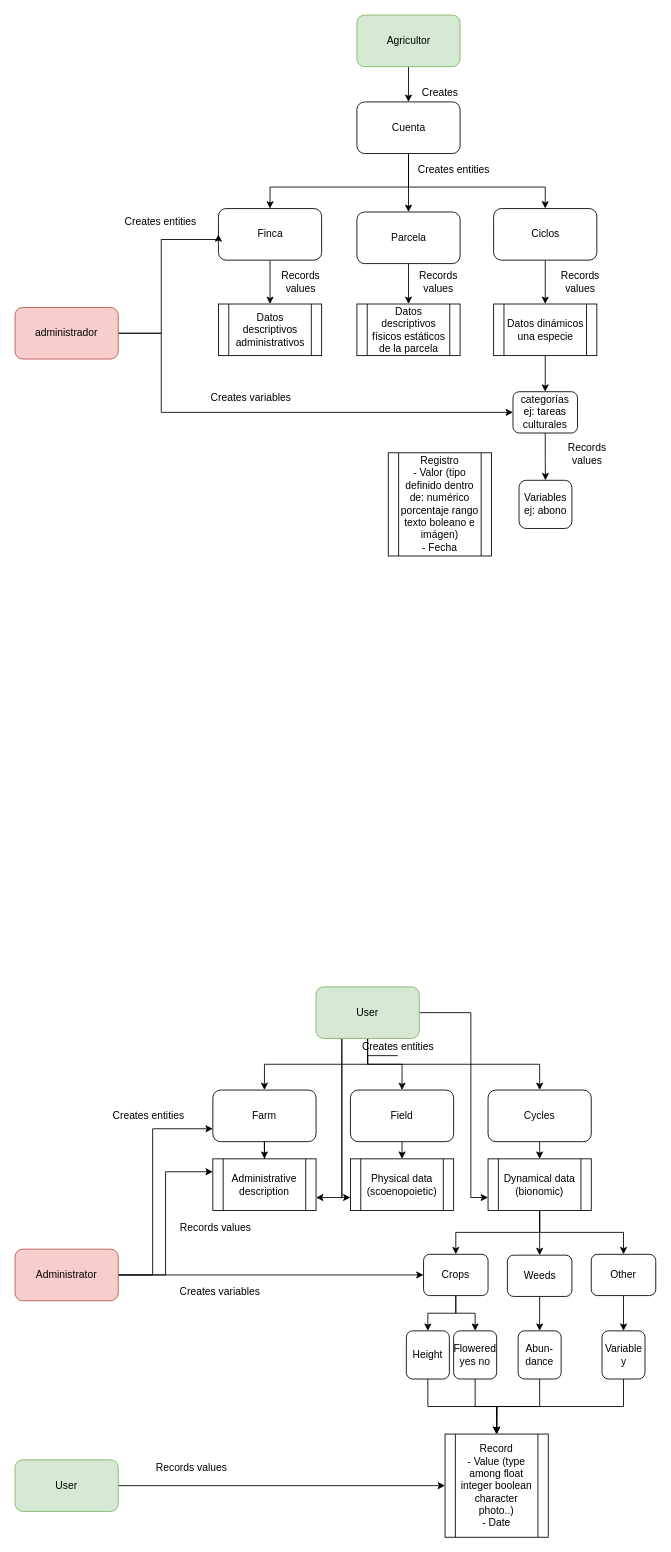
Before: app.agromaker.drawio in stdupas/app.agromaker, a draw.io diagram. Source tidied: cells renumbered, new cells numbered last; positions are measured from the earlier drawing's top-left corner, leaving out a move shared by most shapes. Both pictures are drawn from the tidied source at 86%, with x=0, y=0 at pixel (15, 15).
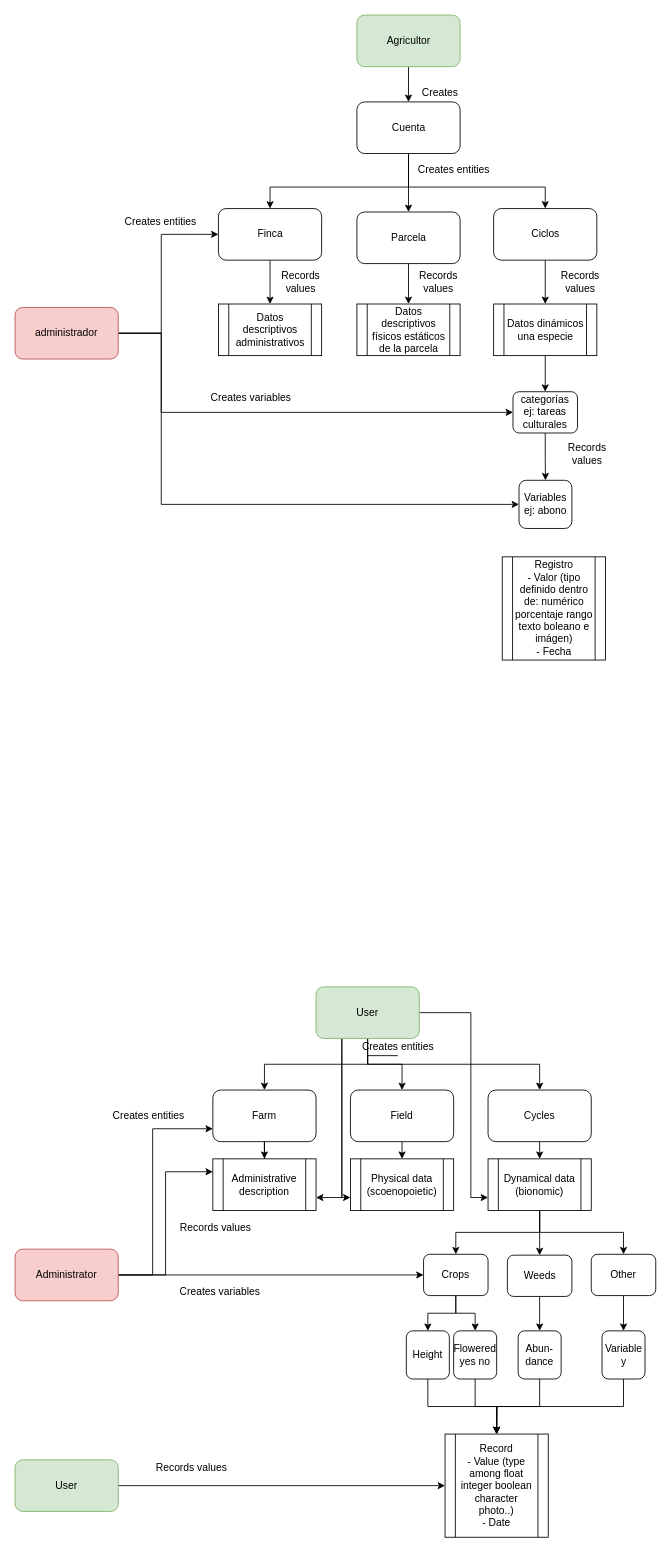
After the change.

Unchanged cells that the change refers to:
```xml
<mxCell id="3" value="Finca" style="rounded=1;whiteSpace=wrap;html=1;" parent="1" vertex="1">
  <mxGeometry x="236.5" y="225" width="120" height="60" as="geometry" />
</mxCell>
<mxCell id="16" value="administrador" style="rounded=1;whiteSpace=wrap;html=1;fillColor=#f8cecc;strokeColor=#b85450;" parent="1" vertex="1">
  <mxGeometry y="340" width="120" height="60" as="geometry" />
</mxCell>
<mxCell id="21" value="Variables ej: abono" style="rounded=1;whiteSpace=wrap;html=1;direction=south;" parent="1" vertex="1">
  <mxGeometry x="586" y="541" width="61.5" height="56" as="geometry" />
</mxCell>
```

The edit, as a diff of the source:
```diff
@@
     <mxCell id="14" style="edgeStyle=orthogonalEdgeStyle;rounded=0;jettySize=auto;html=1;exitX=1;exitY=0.5;exitDx=0;exitDy=0;entryX=0;entryY=0.5;entryDx=0;entryDy=0;" parent="1" edge="1" source="16" target="3">
       <mxGeometry relative="1" as="geometry">
         <Array as="points">
           <mxPoint x="170" y="370" />
-          <mxPoint x="170" y="261" />
+          <mxPoint x="170" y="255" />
         </Array>
       </mxGeometry>
     </mxCell>
@@
+    <mxCell id="79" style="edgeStyle=orthogonalEdgeStyle;rounded=0;jettySize=auto;html=1;entryX=0.5;entryY=1;entryDx=0;entryDy=0;" parent="1" edge="1" source="16" target="21">
+      <mxGeometry relative="1" as="geometry">
+        <Array as="points">
+          <mxPoint x="170" y="370" />
+          <mxPoint x="170" y="569" />
+        </Array>
+      </mxGeometry>
+    </mxCell>
@@
     <mxCell id="18" value="&lt;div&gt;Registro&lt;br&gt;&lt;/div&gt;&lt;div&gt;- Valor (tipo definido dentro de: numérico porcentaje rango texto boleano e imágen)&lt;/div&gt;&lt;div&gt;- Fecha&lt;br&gt;&lt;/div&gt;" style="shape=process;whiteSpace=wrap;html=1;backgroundOutline=1;" parent="1" vertex="1">
-      <mxGeometry x="434" y="509" width="120" height="120" as="geometry" />
+      <mxGeometry x="566.5" y="630" width="120" height="120" as="geometry" />
     </mxCell>
```
